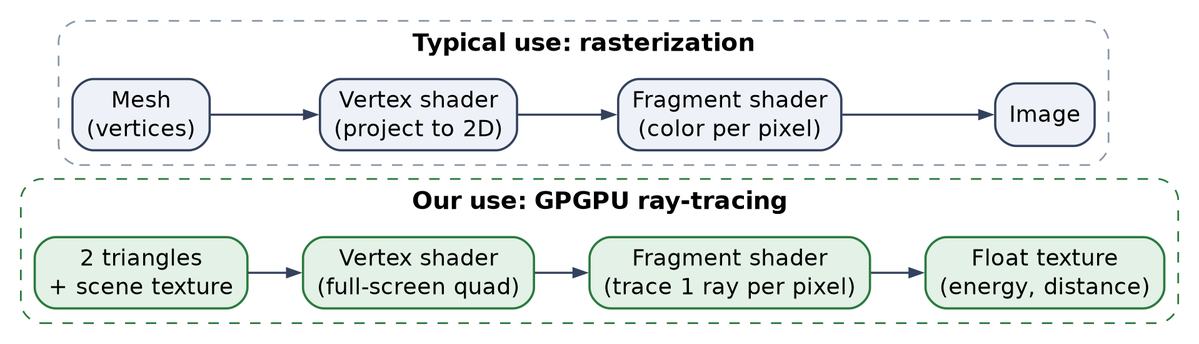
The Graphviz diagram graphs/webgl.png in daskalgg/mpresentation, before a commit. Its source is kept beside it as graphs/webgl.dot.
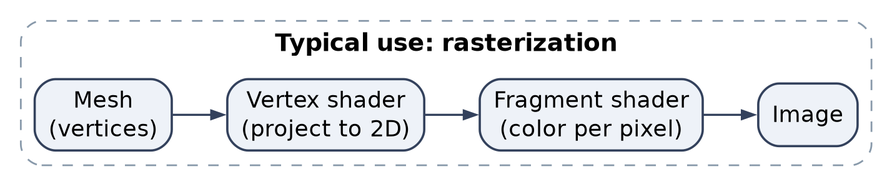
The same diagram one commit later.

Change to the diagram source:
```diff
@@ -4,16 +4,6 @@
            color="#33415c", fillcolor="#eef2f8", penwidth=1.3];
     edge  [color="#33415c", arrowsize=0.7, penwidth=1.2];
 
-    subgraph cluster_ours {
-        label="Our use: GPGPU ray-tracing"; fontname="Helvetica-Bold"; fontsize=14;
-        style="rounded,dashed"; color="#2b7a3d";
-        node [fillcolor="#e3f1e6", color="#2b7a3d"];
-        b1 [label="2 triangles\n+ scene texture"];
-        b2 [label="Vertex shader\n(full-screen quad)"];
-        b3 [label="Fragment shader\n(trace 1 ray per pixel)"];
-        b4 [label="Float texture\n(energy, distance)"];
-        b1 -> b2 -> b3 -> b4;
-    }
 
     subgraph cluster_normal {
         label="Typical use: rasterization"; fontname="Helvetica-Bold"; fontsize=14;
@@ -24,5 +14,5 @@
         a4 [label="Image"];
         a1 -> a2 -> a3 -> a4;
     }
-    {rank=same; b1; a1}
+    {rank=same; a1}
 }
```
